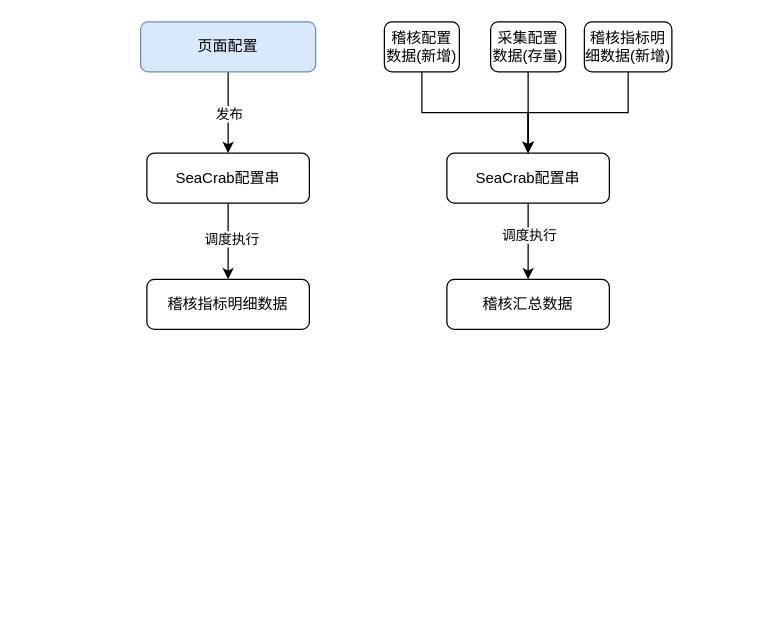
Earlier version of the draw.io diagram page "采集稽核" (10 of 10) of dame2024/未命名绘图.drawio (zcw5116/drawIO). Source tidied: cells renumbered, new cells numbered last; positions are measured from the earlier drawing's top-left corner, leaving out a move shared by most shapes. Both pictures are drawn from the tidied source at 125%, with x=0, y=0 at pixel (140, 21).
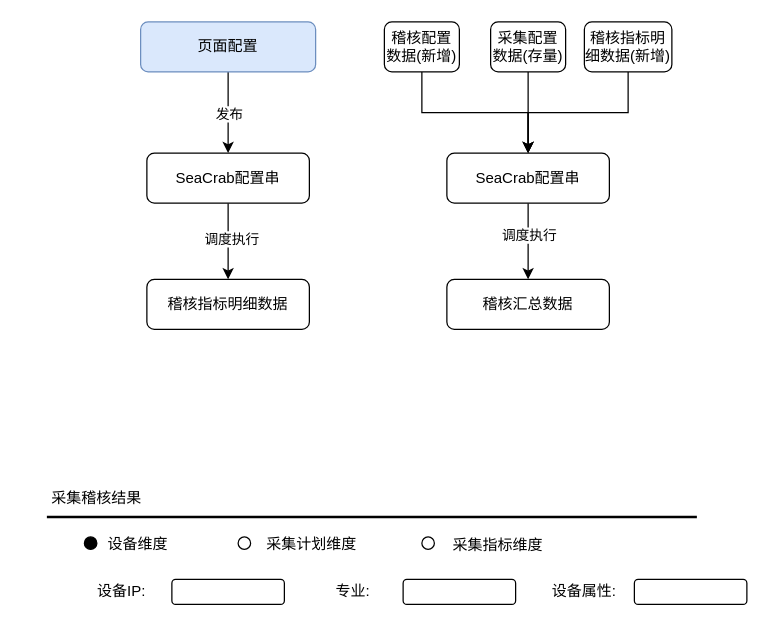
The same page after the edit.

Commit message (it also covers changes not shown here):
更新未命名绘图.drawio

What changed in the source:
```diff
@@
+    <mxCell id="19" value="采集稽核结果" style="text;html=1;align=center;verticalAlign=middle;whiteSpace=wrap;rounded=0;" parent="1" vertex="1">
+      <mxGeometry x="-95" y="366" width="120" height="30" as="geometry" />
+    </mxCell>
+    <mxCell id="20" style="line;strokeWidth=2;html=1;" parent="1" vertex="1">
+      <mxGeometry x="-75" y="391" width="520" height="10" as="geometry" />
+    </mxCell>
+    <mxCell id="21" style="ellipse;whiteSpace=wrap;html=1;fillColor=#000000;" parent="1" vertex="1">
+      <mxGeometry x="-45" y="412" width="10" height="10" as="geometry" />
+    </mxCell>
+    <mxCell id="22" value="设备维度" style="text;html=1;align=center;verticalAlign=middle;whiteSpace=wrap;rounded=0;" parent="1" vertex="1">
+      <mxGeometry x="-27" y="406" width="50" height="24" as="geometry" />
+    </mxCell>
+    <mxCell id="23" style="ellipse;whiteSpace=wrap;html=1;" parent="1" vertex="1">
+      <mxGeometry x="78" y="412" width="10" height="10" as="geometry" />
+    </mxCell>
+    <mxCell id="24" value="采集计划维度" style="text;html=1;align=center;verticalAlign=middle;whiteSpace=wrap;rounded=0;" parent="1" vertex="1">
+      <mxGeometry x="92" y="406" width="90" height="24" as="geometry" />
+    </mxCell>
+    <mxCell id="25" style="ellipse;whiteSpace=wrap;html=1;" parent="1" vertex="1">
+      <mxGeometry x="225" y="412" width="10" height="10" as="geometry" />
+    </mxCell>
+    <mxCell id="26" value="采集指标维度" style="text;html=1;align=center;verticalAlign=middle;whiteSpace=wrap;rounded=0;" parent="1" vertex="1">
+      <mxGeometry x="241" y="407" width="90" height="24" as="geometry" />
+    </mxCell>
+    <mxCell id="27" value="设备IP:" style="text;html=1;align=center;verticalAlign=middle;whiteSpace=wrap;rounded=0;" parent="1" vertex="1">
+      <mxGeometry x="-45" y="446" width="60" height="20" as="geometry" />
+    </mxCell>
+    <mxCell id="28" style="rounded=1;whiteSpace=wrap;html=1;" parent="1" vertex="1">
+      <mxGeometry x="25" y="446" width="90" height="20" as="geometry" />
+    </mxCell>
+    <mxCell id="29" value="专业:" style="text;html=1;align=center;verticalAlign=middle;whiteSpace=wrap;rounded=0;" parent="1" vertex="1">
+      <mxGeometry x="140" y="446" width="60" height="20" as="geometry" />
+    </mxCell>
+    <mxCell id="30" style="rounded=1;whiteSpace=wrap;html=1;" parent="1" vertex="1">
+      <mxGeometry x="210" y="446" width="90" height="20" as="geometry" />
+    </mxCell>
+    <mxCell id="31" value="设备属性:" style="text;html=1;align=center;verticalAlign=middle;whiteSpace=wrap;rounded=0;" parent="1" vertex="1">
+      <mxGeometry x="325" y="446" width="60" height="20" as="geometry" />
+    </mxCell>
+    <mxCell id="32" style="rounded=1;whiteSpace=wrap;html=1;" parent="1" vertex="1">
+      <mxGeometry x="395" y="446" width="90" height="20" as="geometry" />
+    </mxCell>
```
